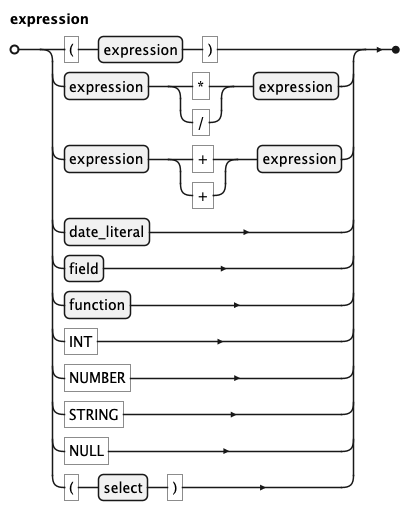
Earlier version of the PlantUML export docs/kql/expression.png (koryki-java/core).
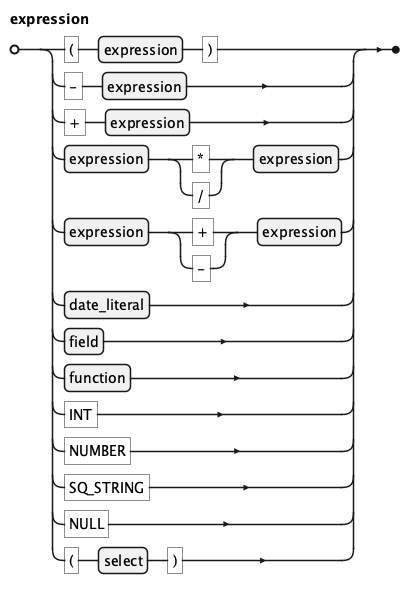
After the change.

The edit, as a diff of the source:
```diff
@@ -7,14 +7,16 @@
 
 expression =
  "(", expression, ")"
+| "-", expression
+| "+", expression
 | expression, ("*" | "/"), expression
-| expression, ("+" | "+"), expression
+| expression, ("+" | "-"), expression
 | date_literal
 | field
 | function
 | "INT"
 | "NUMBER"
-| "STRING"
+| "SQ_STRING"
 | "NULL"
 | "(", select, ")"
 ;
```
